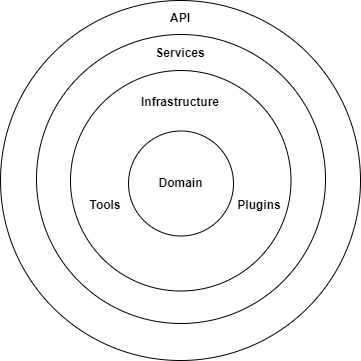
nicolassimoncini/TFEHelper keeps this draw.io diagram as src/Backend/docs/TFEHelper.Onion-architecture.png. Above is the earlier version. Source tidied: cells renumbered, new cells last; positions are measured from the earlier drawing's top-left corner, leaving out a move shared by most shapes. The source it was exported from:
```xml
<mxGraphModel>
  <root>
    <mxCell id="0" />
    <mxCell id="1" parent="0" />
    <mxCell id="2" style="ellipse;whiteSpace=wrap;html=1;" parent="1" vertex="1">
      <mxGeometry width="360" height="360" as="geometry" />
    </mxCell>
    <mxCell id="3" style="ellipse;whiteSpace=wrap;html=1;" parent="1" vertex="1">
      <mxGeometry x="36" y="34" width="289" height="289" as="geometry" />
    </mxCell>
    <mxCell id="4" value="API" style="text;html=1;align=center;verticalAlign=middle;whiteSpace=wrap;rounded=0;fontStyle=1;" parent="1" vertex="1">
      <mxGeometry x="150" y="3" width="60" height="30" as="geometry" />
    </mxCell>
    <mxCell id="5" value="Services" style="text;html=1;align=center;verticalAlign=middle;whiteSpace=wrap;rounded=0;fontStyle=1;" parent="1" vertex="1">
      <mxGeometry x="150" y="38" width="60" height="30" as="geometry" />
    </mxCell>
    <mxCell id="6" style="ellipse;whiteSpace=wrap;html=1;" parent="1" vertex="1">
      <mxGeometry x="70" y="70" width="220.5" height="220.5" as="geometry" />
    </mxCell>
    <mxCell id="7" value="Domain" style="ellipse;whiteSpace=wrap;html=1;fontStyle=1;" parent="1" vertex="1">
      <mxGeometry x="128" y="130.5" width="105" height="105" as="geometry" />
    </mxCell>
    <mxCell id="8" value="Infrastructure" style="text;html=1;align=center;verticalAlign=middle;whiteSpace=wrap;rounded=0;fontStyle=1;" parent="1" vertex="1">
      <mxGeometry x="150" y="87" width="60" height="30" as="geometry" />
    </mxCell>
    <mxCell id="9" value="Tools" style="text;html=1;align=center;verticalAlign=middle;whiteSpace=wrap;rounded=0;fontStyle=1;" parent="1" vertex="1">
      <mxGeometry x="75" y="190" width="60" height="30" as="geometry" />
    </mxCell>
    <mxCell id="10" value="Plugins" style="text;html=1;align=center;verticalAlign=middle;whiteSpace=wrap;rounded=0;fontStyle=1;" parent="1" vertex="1">
      <mxGeometry x="228.5" y="190" width="60" height="30" as="geometry" />
    </mxCell>
  </root>
</mxGraphModel>
```
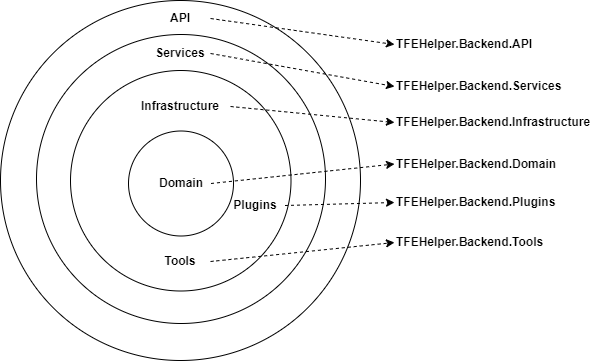
Above is the later version.

The edit, as a diff of the source:
```diff
@@ -11,23 +11,62 @@
     <mxCell id="4" value="API" style="text;html=1;align=center;verticalAlign=middle;whiteSpace=wrap;rounded=0;fontStyle=1;" parent="1" vertex="1">
       <mxGeometry x="150" y="3" width="60" height="30" as="geometry" />
     </mxCell>
+    <mxCell id="11" style="rounded=0;jettySize=auto;html=1;exitX=1;exitY=0.5;exitDx=0;exitDy=0;entryX=0;entryY=0.5;entryDx=0;entryDy=0;dashed=1;" parent="1" edge="1" source="5" target="17">
+      <mxGeometry relative="1" as="geometry" />
+    </mxCell>
     <mxCell id="5" value="Services" style="text;html=1;align=center;verticalAlign=middle;whiteSpace=wrap;rounded=0;fontStyle=1;" parent="1" vertex="1">
       <mxGeometry x="150" y="38" width="60" height="30" as="geometry" />
     </mxCell>
     <mxCell id="6" style="ellipse;whiteSpace=wrap;html=1;" parent="1" vertex="1">
       <mxGeometry x="70" y="70" width="220.5" height="220.5" as="geometry" />
     </mxCell>
-    <mxCell id="7" value="Domain" style="ellipse;whiteSpace=wrap;html=1;fontStyle=1;" parent="1" vertex="1">
+    <mxCell id="7" style="ellipse;whiteSpace=wrap;html=1;fontStyle=1;" parent="1" vertex="1">
       <mxGeometry x="128" y="130.5" width="105" height="105" as="geometry" />
     </mxCell>
+    <mxCell id="12" style="rounded=0;jettySize=auto;html=1;exitX=1;exitY=0.5;exitDx=0;exitDy=0;entryX=0;entryY=0.5;entryDx=0;entryDy=0;dashed=1;" parent="1" edge="1" source="8" target="18">
+      <mxGeometry relative="1" as="geometry" />
+    </mxCell>
     <mxCell id="8" value="Infrastructure" style="text;html=1;align=center;verticalAlign=middle;whiteSpace=wrap;rounded=0;fontStyle=1;" parent="1" vertex="1">
-      <mxGeometry x="150" y="87" width="60" height="30" as="geometry" />
+      <mxGeometry x="130" y="91" width="100" height="30" as="geometry" />
     </mxCell>
+    <mxCell id="13" style="rounded=0;jettySize=auto;html=1;exitX=1;exitY=0.5;exitDx=0;exitDy=0;entryX=0;entryY=0.5;entryDx=0;entryDy=0;dashed=1;" parent="1" edge="1" source="9" target="23">
+      <mxGeometry relative="1" as="geometry" />
+    </mxCell>
     <mxCell id="9" value="Tools" style="text;html=1;align=center;verticalAlign=middle;whiteSpace=wrap;rounded=0;fontStyle=1;" parent="1" vertex="1">
-      <mxGeometry x="75" y="190" width="60" height="30" as="geometry" />
+      <mxGeometry x="150" y="246" width="60" height="30" as="geometry" />
     </mxCell>
+    <mxCell id="14" style="rounded=0;jettySize=auto;html=1;exitX=1;exitY=0.5;exitDx=0;exitDy=0;entryX=0;entryY=0.5;entryDx=0;entryDy=0;dashed=1;" parent="1" edge="1" source="10" target="22">
+      <mxGeometry relative="1" as="geometry" />
+    </mxCell>
     <mxCell id="10" value="Plugins" style="text;html=1;align=center;verticalAlign=middle;whiteSpace=wrap;rounded=0;fontStyle=1;" parent="1" vertex="1">
-      <mxGeometry x="228.5" y="190" width="60" height="30" as="geometry" />
+      <mxGeometry x="224.5" y="190" width="60" height="30" as="geometry" />
     </mxCell>
+    <mxCell id="15" value="&lt;b&gt;TFEHelper.Backend.API&lt;/b&gt;" style="text;html=1;align=left;verticalAlign=middle;whiteSpace=wrap;rounded=0;" parent="1" vertex="1">
+      <mxGeometry x="394" y="29" width="216" height="30" as="geometry" />
+    </mxCell>
+    <mxCell id="16" style="endArrow=classic;html=1;rounded=0;exitX=1;exitY=0.5;exitDx=0;exitDy=0;entryX=0;entryY=0.5;entryDx=0;entryDy=0;dashed=1;" parent="1" edge="1" source="4" target="15">
+      <mxGeometry relative="1" as="geometry" />
+    </mxCell>
+    <mxCell id="17" value="&lt;b&gt;TFEHelper.Backend.Services&lt;/b&gt;" style="text;html=1;align=left;verticalAlign=middle;whiteSpace=wrap;rounded=0;" parent="1" vertex="1">
+      <mxGeometry x="394" y="71" width="176" height="30" as="geometry" />
+    </mxCell>
+    <mxCell id="18" value="&lt;b&gt;TFEHelper.Backend.Infrastructure&lt;/b&gt;" style="text;html=1;align=left;verticalAlign=middle;whiteSpace=wrap;rounded=0;" parent="1" vertex="1">
+      <mxGeometry x="394" y="107" width="216" height="30" as="geometry" />
+    </mxCell>
+    <mxCell id="19" value="&lt;b&gt;TFEHelper.Backend.Domain&lt;/b&gt;" style="text;html=1;align=left;verticalAlign=middle;whiteSpace=wrap;rounded=0;" parent="1" vertex="1">
+      <mxGeometry x="394" y="148.5" width="216" height="30" as="geometry" />
+    </mxCell>
+    <mxCell id="20" style="rounded=0;jettySize=auto;html=1;exitX=1;exitY=0.5;exitDx=0;exitDy=0;entryX=0;entryY=0.5;entryDx=0;entryDy=0;dashed=1;" parent="1" edge="1" source="21" target="19">
+      <mxGeometry relative="1" as="geometry" />
+    </mxCell>
+    <mxCell id="21" value="&lt;b&gt;Domain&lt;/b&gt;" style="text;html=1;align=center;verticalAlign=middle;whiteSpace=wrap;rounded=0;" parent="1" vertex="1">
+      <mxGeometry x="150.5" y="168" width="60" height="30" as="geometry" />
+    </mxCell>
+    <mxCell id="22" value="&lt;b&gt;TFEHelper.Backend.Plugins&lt;/b&gt;" style="text;html=1;align=left;verticalAlign=middle;whiteSpace=wrap;rounded=0;" parent="1" vertex="1">
+      <mxGeometry x="394" y="187" width="216" height="30" as="geometry" />
+    </mxCell>
+    <mxCell id="23" value="&lt;b&gt;TFEHelper.Backend.Tools&lt;/b&gt;" style="text;html=1;align=left;verticalAlign=middle;whiteSpace=wrap;rounded=0;" parent="1" vertex="1">
+      <mxGeometry x="394" y="227" width="216" height="30" as="geometry" />
+    </mxCell>
   </root>
 </mxGraphModel>
```
